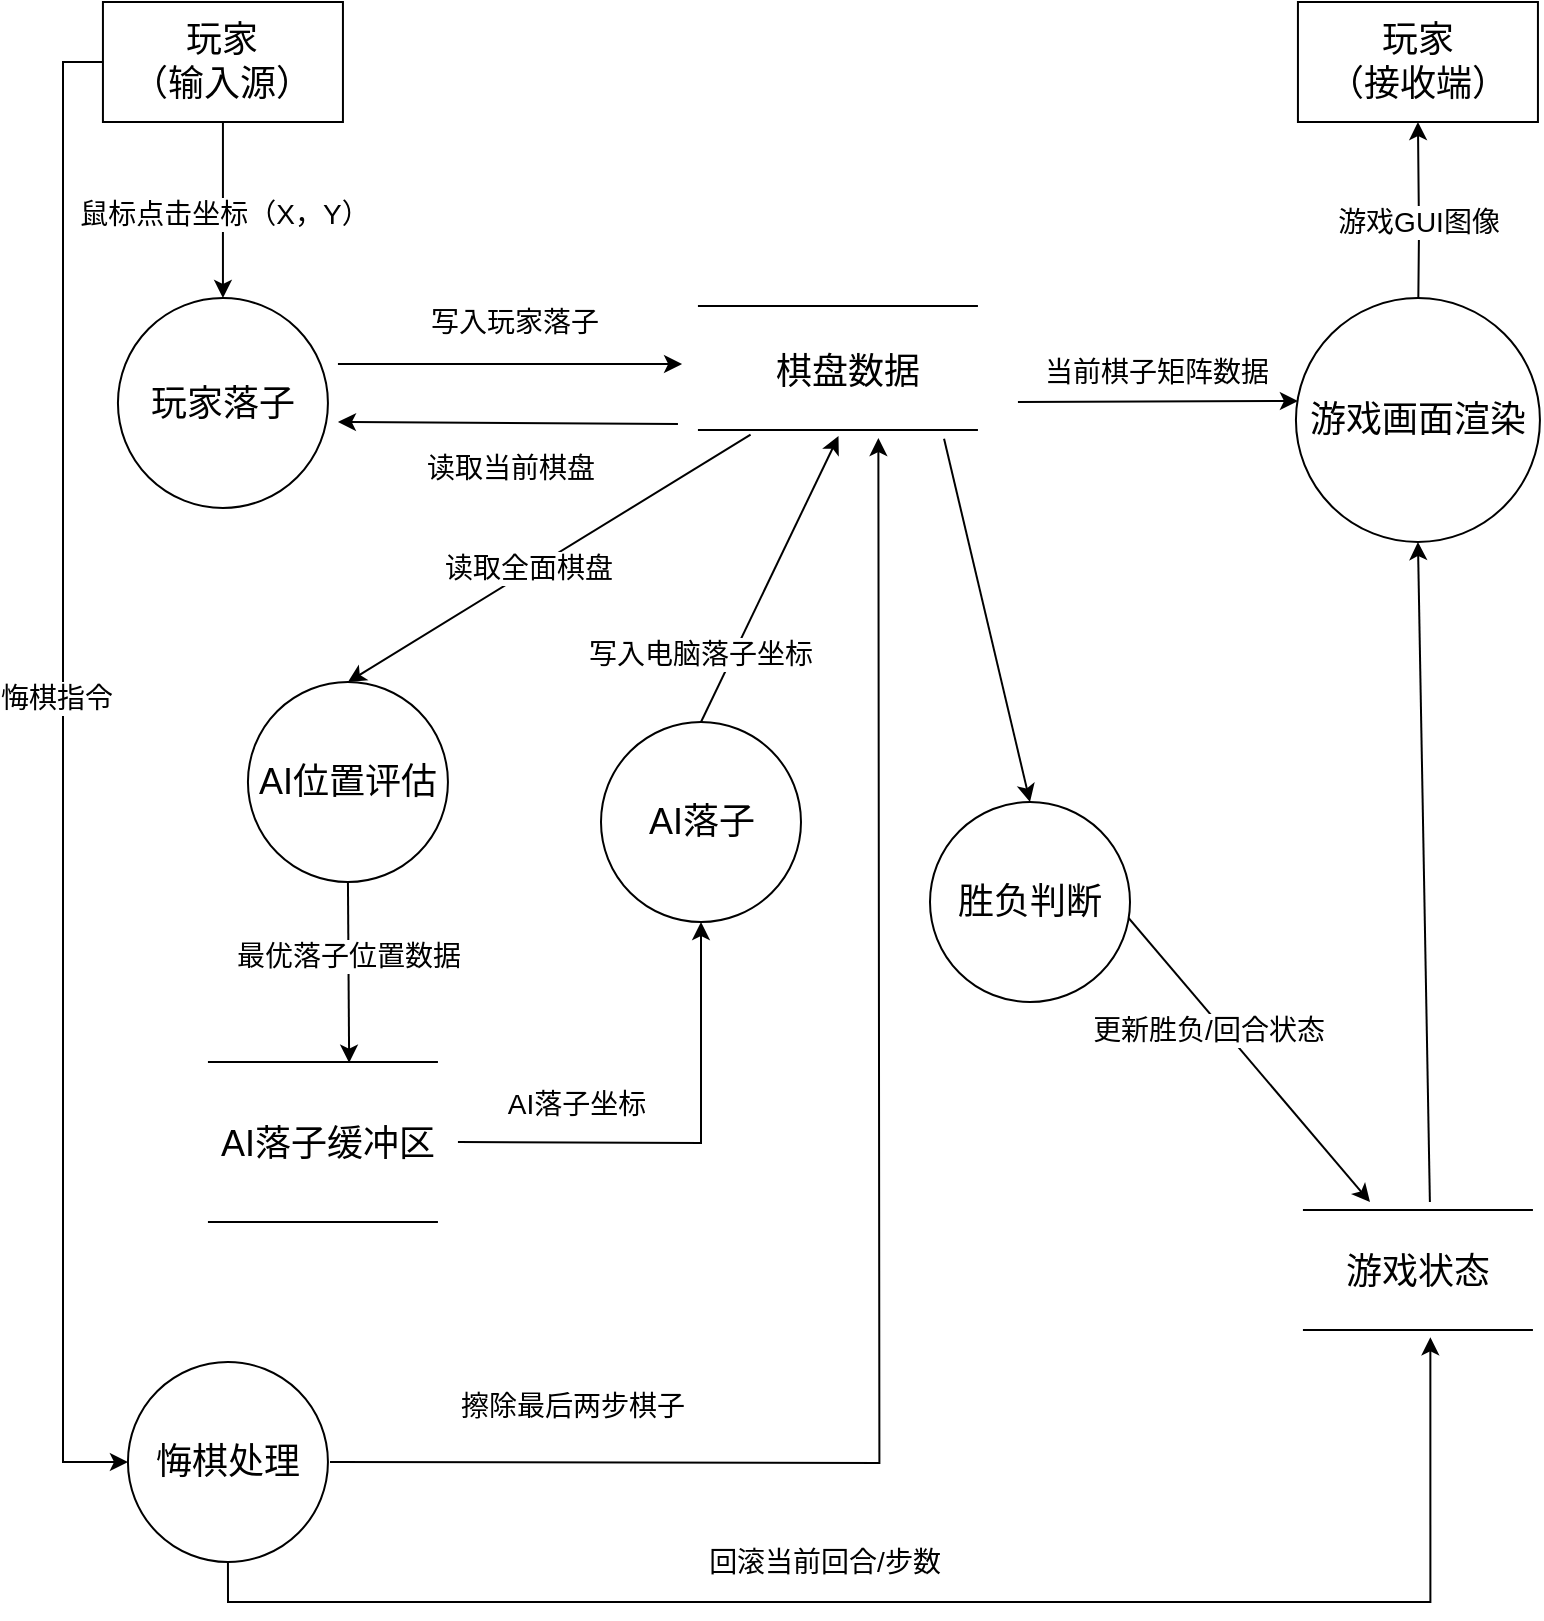
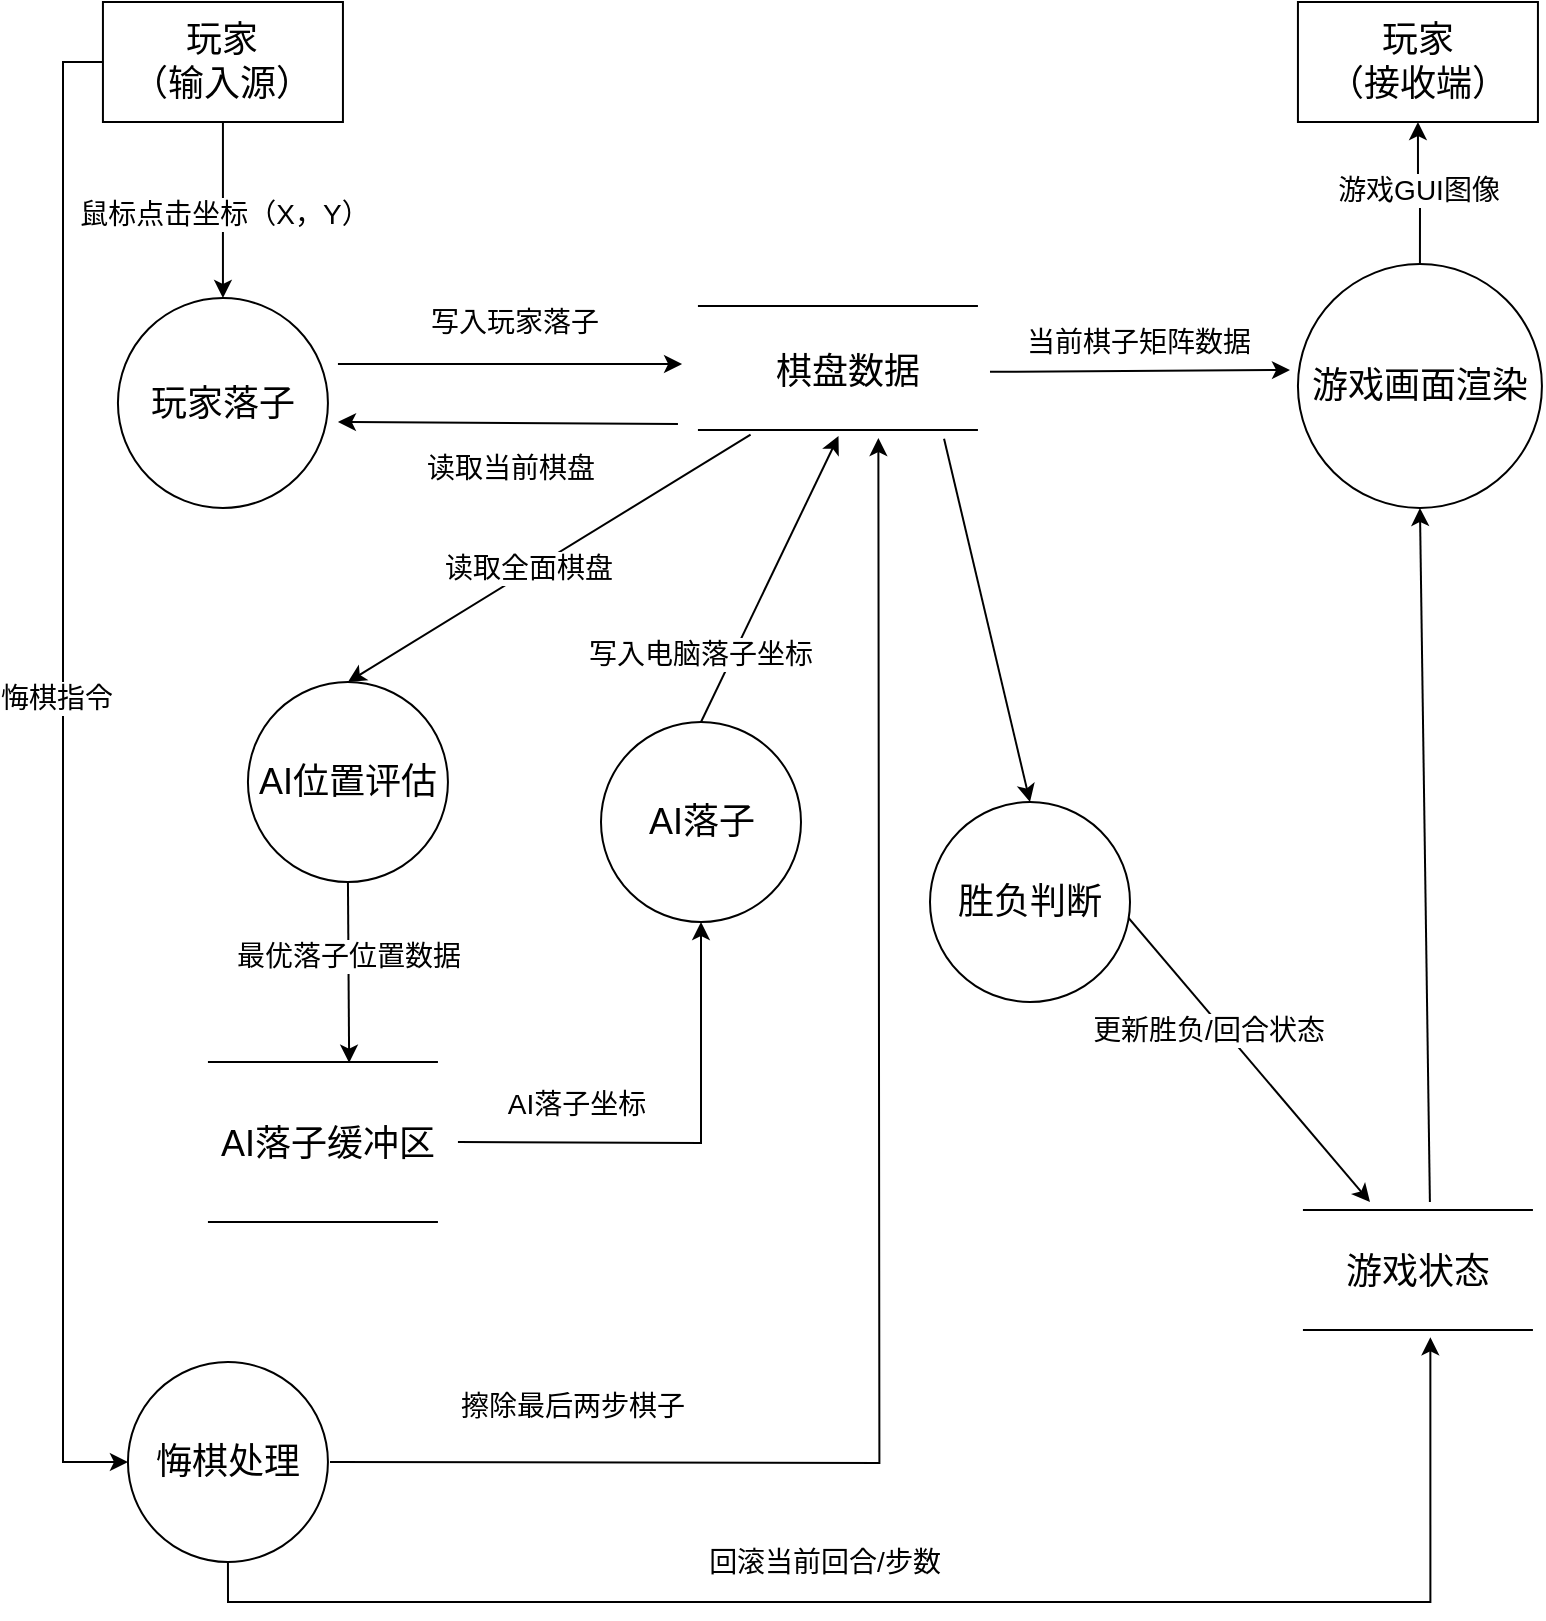
<mxfile host="app.diagrams.net">
  <diagram name="Page-1" id="hryGj0KzSXnJhMcqTr9-">
-     <mxGraphModel dx="1201" dy="825" grid="1" gridSize="10" guides="1" tooltips="1" connect="1" arrows="1" fold="1" page="1" pageScale="1" pageWidth="827" pageHeight="1169" math="0" shadow="0">
+     <mxGraphModel dx="1413" dy="971" grid="1" gridSize="10" guides="1" tooltips="1" connect="1" arrows="1" fold="1" page="1" pageScale="1" pageWidth="827" pageHeight="1169" math="0" shadow="0">
      <root>
        <mxCell id="0" />
        <mxCell id="1" parent="0" />
        <mxCell id="fDHwApNMCYBN-XmplwMt-11" edge="1" parent="1" source="fDHwApNMCYBN-XmplwMt-3" style="edgeStyle=orthogonalEdgeStyle;rounded=0;orthogonalLoop=1;jettySize=auto;html=1;exitX=0.5;exitY=1;exitDx=0;exitDy=0;entryX=0.5;entryY=0;entryDx=0;entryDy=0;" target="SoA14i47H3jGXmkj97EN-22">
          <mxGeometry relative="1" as="geometry">
            <mxPoint x="93.97" y="200" as="targetPoint" />
          </mxGeometry>
        </mxCell>
        <mxCell id="fDHwApNMCYBN-XmplwMt-12" connectable="0" parent="fDHwApNMCYBN-XmplwMt-11" style="edgeLabel;html=1;align=center;verticalAlign=middle;resizable=0;points=[];" value="&lt;font style=&quot;font-size: 14px;&quot;&gt;鼠标点击坐标（X，Y）&lt;/font&gt;" vertex="1">
          <mxGeometry relative="1" x="0.0364" as="geometry">
            <mxPoint as="offset" />
          </mxGeometry>
        </mxCell>
        <mxCell id="SoA14i47H3jGXmkj97EN-53" edge="1" parent="1" source="fDHwApNMCYBN-XmplwMt-3" style="edgeStyle=orthogonalEdgeStyle;rounded=0;orthogonalLoop=1;jettySize=auto;html=1;exitX=0;exitY=0.5;exitDx=0;exitDy=0;entryX=0;entryY=0.5;entryDx=0;entryDy=0;" target="SoA14i47H3jGXmkj97EN-41">
          <mxGeometry relative="1" as="geometry" />
        </mxCell>
        <mxCell id="SoA14i47H3jGXmkj97EN-54" connectable="0" parent="SoA14i47H3jGXmkj97EN-53" style="edgeLabel;html=1;align=center;verticalAlign=middle;resizable=0;points=[];" value="&lt;font style=&quot;font-size: 14px;&quot;&gt;悔棋指令&lt;/font&gt;" vertex="1">
          <mxGeometry relative="1" x="-0.1018" y="-4" as="geometry">
            <mxPoint as="offset" />
          </mxGeometry>
        </mxCell>
        <mxCell id="fDHwApNMCYBN-XmplwMt-3" parent="1" style="rounded=0;whiteSpace=wrap;html=1;" value="&lt;font style=&quot;font-size: 18px;&quot;&gt;玩家&lt;/font&gt;&lt;div&gt;&lt;font style=&quot;font-size: 18px;&quot;&gt;（输入源）&lt;/font&gt;&lt;/div&gt;" vertex="1">
          <mxGeometry height="60" width="120" x="66.47" y="30" as="geometry" />
        </mxCell>
-         <mxCell id="SoA14i47H3jGXmkj97EN-37" edge="1" parent="1" style="edgeStyle=orthogonalEdgeStyle;rounded=0;orthogonalLoop=1;jettySize=auto;html=1;exitX=0.5;exitY=0;exitDx=0;exitDy=0;entryX=0.5;entryY=1;entryDx=0;entryDy=0;" target="fDHwApNMCYBN-XmplwMt-10">
+         <mxCell id="SoA14i47H3jGXmkj97EN-37" edge="1" parent="1" source="SoA14i47H3jGXmkj97EN-64" style="edgeStyle=orthogonalEdgeStyle;rounded=0;orthogonalLoop=1;jettySize=auto;html=1;exitX=0.5;exitY=0;exitDx=0;exitDy=0;entryX=0.5;entryY=1;entryDx=0;entryDy=0;" target="fDHwApNMCYBN-XmplwMt-10">
          <mxGeometry relative="1" as="geometry">
            <mxPoint x="723.97" y="198" as="sourcePoint" />
          </mxGeometry>
        </mxCell>
        <mxCell id="SoA14i47H3jGXmkj97EN-38" connectable="0" parent="SoA14i47H3jGXmkj97EN-37" style="edgeLabel;html=1;align=center;verticalAlign=middle;resizable=0;points=[];" value="&lt;font style=&quot;font-size: 14px;&quot;&gt;游戏GUI图像&lt;/font&gt;" vertex="1">
          <mxGeometry relative="1" x="0.0741" as="geometry">
            <mxPoint as="offset" />
          </mxGeometry>
        </mxCell>
        <mxCell id="fDHwApNMCYBN-XmplwMt-10" parent="1" style="rounded=0;whiteSpace=wrap;html=1;" value="&lt;span style=&quot;font-size: 18px;&quot;&gt;玩家&lt;/span&gt;&lt;div&gt;&lt;span style=&quot;font-size: 18px;&quot;&gt;（接收端）&lt;/span&gt;&lt;/div&gt;" vertex="1">
          <mxGeometry height="60" width="120" x="663.97" y="30" as="geometry" />
        </mxCell>
        <mxCell id="SoA14i47H3jGXmkj97EN-10" edge="1" parent="1" style="endArrow=classic;html=1;rounded=0;entryX=0.013;entryY=0.14;entryDx=0;entryDy=0;entryPerimeter=0;" value="">
          <mxGeometry height="50" relative="1" width="50" as="geometry">
            <mxPoint x="183.97" y="211" as="sourcePoint" />
            <mxPoint x="356.037" y="211" as="targetPoint" />
          </mxGeometry>
        </mxCell>
        <mxCell id="SoA14i47H3jGXmkj97EN-11" connectable="0" parent="SoA14i47H3jGXmkj97EN-10" style="edgeLabel;html=1;align=center;verticalAlign=middle;resizable=0;points=[];" value="&lt;font style=&quot;font-size: 14px;&quot;&gt;写入玩家落子&lt;/font&gt;" vertex="1">
          <mxGeometry relative="1" x="0.0202" y="1" as="geometry">
            <mxPoint y="-20" as="offset" />
          </mxGeometry>
        </mxCell>
        <mxCell id="SoA14i47H3jGXmkj97EN-12" edge="1" parent="1" style="endArrow=classic;html=1;rounded=0;exitX=0.925;exitY=0;exitDx=0;exitDy=0;exitPerimeter=0;" value="">
          <mxGeometry height="50" relative="1" width="50" as="geometry">
            <mxPoint x="353.96999999999997" y="241" as="sourcePoint" />
            <mxPoint x="183.97" y="240" as="targetPoint" />
          </mxGeometry>
        </mxCell>
        <mxCell id="SoA14i47H3jGXmkj97EN-13" connectable="0" parent="SoA14i47H3jGXmkj97EN-12" style="edgeLabel;html=1;align=center;verticalAlign=middle;resizable=0;points=[];" value="&lt;font style=&quot;font-size: 14px;&quot;&gt;读取当前棋盘&lt;/font&gt;&lt;div&gt;&lt;font style=&quot;font-size: 14px;&quot;&gt;&lt;br&gt;&lt;/font&gt;&lt;/div&gt;" vertex="1">
          <mxGeometry relative="1" x="0.0202" y="1" as="geometry">
            <mxPoint x="2" y="29" as="offset" />
          </mxGeometry>
        </mxCell>
        <mxCell id="SoA14i47H3jGXmkj97EN-14" edge="1" parent="1" source="SoA14i47H3jGXmkj97EN-28" style="endArrow=classic;html=1;rounded=0;exitX=0.188;exitY=0.792;exitDx=0;exitDy=0;exitPerimeter=0;entryX=0.5;entryY=0;entryDx=0;entryDy=0;" target="SoA14i47H3jGXmkj97EN-23" value="">
          <mxGeometry height="50" relative="1" width="50" as="geometry">
            <mxPoint x="368.3400000000001" y="258.00399999999996" as="sourcePoint" />
            <mxPoint x="178.5" y="370" as="targetPoint" />
          </mxGeometry>
        </mxCell>
        <mxCell id="SoA14i47H3jGXmkj97EN-15" connectable="0" parent="SoA14i47H3jGXmkj97EN-14" style="edgeLabel;html=1;align=center;verticalAlign=middle;resizable=0;points=[];" value="&lt;font style=&quot;font-size: 14px;&quot;&gt;读取全面棋盘&lt;/font&gt;" vertex="1">
          <mxGeometry relative="1" x="-0.1782" as="geometry">
            <mxPoint x="-29" y="16" as="offset" />
          </mxGeometry>
        </mxCell>
-         <mxCell id="SoA14i47H3jGXmkj97EN-16" edge="1" parent="1" style="endArrow=classic;html=1;rounded=0;entryX=0.013;entryY=0.14;entryDx=0;entryDy=0;entryPerimeter=0;" value="">
-           <mxGeometry height="50" relative="1" width="50" as="geometry">
-             <mxPoint x="523.97" y="230" as="sourcePoint" />
-             <mxPoint x="663.9670000000001" y="229.5" as="targetPoint" />
+         <mxCell id="SoA14i47H3jGXmkj97EN-16" edge="1" parent="1" style="endArrow=classic;html=1;rounded=0;" value="">
+           <mxGeometry height="50" relative="1" width="50" as="geometry">
+             <mxPoint x="510" y="214.91" as="sourcePoint" />
+             <mxPoint x="660" y="214" as="targetPoint" />
          </mxGeometry>
        </mxCell>
        <mxCell id="SoA14i47H3jGXmkj97EN-17" connectable="0" parent="SoA14i47H3jGXmkj97EN-16" style="edgeLabel;html=1;align=center;verticalAlign=middle;resizable=0;points=[];" value="&lt;span style=&quot;font-size: 14px;&quot;&gt;当前棋子矩阵数据&lt;/span&gt;" vertex="1">
          <mxGeometry relative="1" x="0.0202" y="1" as="geometry">
            <mxPoint x="-3" y="-14" as="offset" />
          </mxGeometry>
        </mxCell>
        <mxCell id="SoA14i47H3jGXmkj97EN-22" parent="1" style="ellipse;whiteSpace=wrap;html=1;aspect=fixed;" value="&lt;font style=&quot;font-size: 18px;&quot;&gt;玩家落子&lt;/font&gt;" vertex="1">
          <mxGeometry height="105" width="105" x="73.97" y="178" as="geometry" />
        </mxCell>
        <mxCell id="SoA14i47H3jGXmkj97EN-23" parent="1" style="ellipse;whiteSpace=wrap;html=1;aspect=fixed;" value="&lt;font style=&quot;font-size: 18px;&quot;&gt;AI位置评估&lt;/font&gt;" vertex="1">
          <mxGeometry height="100" width="100" x="138.97" y="370" as="geometry" />
        </mxCell>
        <mxCell id="SoA14i47H3jGXmkj97EN-24" parent="1" style="ellipse;whiteSpace=wrap;html=1;aspect=fixed;" value="&lt;font style=&quot;font-size: 18px;&quot;&gt;AI落子&lt;/font&gt;" vertex="1">
          <mxGeometry height="100" width="100" x="315.5" y="390" as="geometry" />
        </mxCell>
        <mxCell id="SoA14i47H3jGXmkj97EN-60" edge="1" parent="1" source="SoA14i47H3jGXmkj97EN-25" style="rounded=0;orthogonalLoop=1;jettySize=auto;html=1;exitX=0.5;exitY=0;exitDx=0;exitDy=0;">
          <mxGeometry relative="1" as="geometry">
            <mxPoint x="700" y="630" as="targetPoint" />
          </mxGeometry>
        </mxCell>
        <mxCell id="SoA14i47H3jGXmkj97EN-61" connectable="0" parent="SoA14i47H3jGXmkj97EN-60" style="edgeLabel;html=1;align=center;verticalAlign=middle;resizable=0;points=[];" value="&lt;font style=&quot;font-size: 14px;&quot;&gt;更新胜负/回合状态&lt;/font&gt;" vertex="1">
          <mxGeometry relative="1" x="-0.1486" y="-2" as="geometry">
            <mxPoint x="18" y="27" as="offset" />
          </mxGeometry>
        </mxCell>
        <mxCell id="SoA14i47H3jGXmkj97EN-25" parent="1" style="ellipse;whiteSpace=wrap;html=1;aspect=fixed;" value="&lt;font style=&quot;font-size: 18px;&quot;&gt;胜负判断&lt;/font&gt;" vertex="1">
          <mxGeometry height="100" width="100" x="479.99999999999994" y="430" as="geometry" />
        </mxCell>
        <mxCell id="SoA14i47H3jGXmkj97EN-27" parent="1" style="line;strokeWidth=1;fillColor=none;align=left;verticalAlign=middle;spacingTop=-1;spacingLeft=3;spacingRight=3;rotatable=0;labelPosition=right;points=[];portConstraint=eastwest;strokeColor=inherit;" value="" vertex="1">
          <mxGeometry height="8" width="140" x="363.96999999999997" y="178" as="geometry" />
        </mxCell>
        <mxCell id="SoA14i47H3jGXmkj97EN-28" parent="1" style="line;strokeWidth=1;fillColor=none;align=left;verticalAlign=middle;spacingTop=-1;spacingLeft=3;spacingRight=3;rotatable=0;labelPosition=right;points=[];portConstraint=eastwest;strokeColor=inherit;" value="" vertex="1">
          <mxGeometry height="8" width="140" x="363.96999999999997" y="240" as="geometry" />
        </mxCell>
        <mxCell id="SoA14i47H3jGXmkj97EN-29" parent="1" style="text;html=1;whiteSpace=wrap;strokeColor=none;fillColor=none;align=center;verticalAlign=middle;rounded=0;" value="&lt;font style=&quot;font-size: 18px;&quot;&gt;棋盘数据&lt;/font&gt;" vertex="1">
          <mxGeometry height="30" width="110" x="383.96999999999997" y="200" as="geometry" />
        </mxCell>
        <mxCell id="SoA14i47H3jGXmkj97EN-33" edge="1" parent="1" style="rounded=0;orthogonalLoop=1;jettySize=auto;html=1;entryX=0.5;entryY=1;entryDx=0;entryDy=0;edgeStyle=orthogonalEdgeStyle;" target="SoA14i47H3jGXmkj97EN-24">
          <mxGeometry relative="1" as="geometry">
            <mxPoint x="243.97" y="600" as="sourcePoint" />
          </mxGeometry>
        </mxCell>
        <mxCell id="SoA14i47H3jGXmkj97EN-34" connectable="0" parent="SoA14i47H3jGXmkj97EN-33" style="edgeLabel;html=1;align=center;verticalAlign=middle;resizable=0;points=[];" value="&lt;font style=&quot;font-size: 14px;&quot;&gt;AI落子坐标&lt;/font&gt;" vertex="1">
          <mxGeometry relative="1" x="0.0204" y="5" as="geometry">
            <mxPoint x="-60" y="-15" as="offset" />
          </mxGeometry>
        </mxCell>
        <mxCell id="SoA14i47H3jGXmkj97EN-31" edge="1" parent="1" source="SoA14i47H3jGXmkj97EN-23" style="endArrow=classic;html=1;rounded=0;entryX=0.614;entryY=0.542;entryDx=0;entryDy=0;exitX=0.5;exitY=1;exitDx=0;exitDy=0;entryPerimeter=0;" target="SoA14i47H3jGXmkj97EN-42" value="">
          <mxGeometry height="50" relative="1" width="50" as="geometry">
            <mxPoint x="451.90299999999996" y="310" as="sourcePoint" />
            <mxPoint x="88.97" y="550" as="targetPoint" />
          </mxGeometry>
        </mxCell>
        <mxCell id="SoA14i47H3jGXmkj97EN-32" connectable="0" parent="SoA14i47H3jGXmkj97EN-31" style="edgeLabel;html=1;align=center;verticalAlign=middle;resizable=0;points=[];" value="&lt;span style=&quot;font-size: 14px;&quot;&gt;最优落子位置数据&lt;/span&gt;" vertex="1">
          <mxGeometry relative="1" x="-0.1782" as="geometry">
            <mxPoint as="offset" />
          </mxGeometry>
        </mxCell>
        <mxCell id="SoA14i47H3jGXmkj97EN-35" edge="1" parent="1" source="SoA14i47H3jGXmkj97EN-24" style="rounded=0;orthogonalLoop=1;jettySize=auto;html=1;exitX=0.5;exitY=0;exitDx=0;exitDy=0;entryX=0.502;entryY=0.875;entryDx=0;entryDy=0;entryPerimeter=0;" target="SoA14i47H3jGXmkj97EN-28">
          <mxGeometry relative="1" as="geometry" />
        </mxCell>
        <mxCell id="SoA14i47H3jGXmkj97EN-36" connectable="0" parent="SoA14i47H3jGXmkj97EN-35" style="edgeLabel;html=1;align=center;verticalAlign=middle;resizable=0;points=[];" value="&lt;span style=&quot;font-size: 14px;&quot;&gt;写入电脑落子坐标&lt;/span&gt;" vertex="1">
          <mxGeometry relative="1" x="-0.0044" y="1" as="geometry">
            <mxPoint x="-34" y="37" as="offset" />
          </mxGeometry>
        </mxCell>
        <mxCell id="SoA14i47H3jGXmkj97EN-55" edge="1" parent="1" style="edgeStyle=orthogonalEdgeStyle;rounded=0;orthogonalLoop=1;jettySize=auto;html=1;entryX=0.698;entryY=0.875;entryDx=0;entryDy=0;entryPerimeter=0;">
          <mxGeometry relative="1" as="geometry">
            <mxPoint x="180" y="760" as="sourcePoint" />
            <mxPoint x="454.19000000000005" y="248" as="targetPoint" />
          </mxGeometry>
        </mxCell>
        <mxCell id="SoA14i47H3jGXmkj97EN-57" connectable="0" parent="SoA14i47H3jGXmkj97EN-55" style="edgeLabel;html=1;align=center;verticalAlign=middle;resizable=0;points=[];" value="&lt;font style=&quot;font-size: 14px;&quot;&gt;擦除最后两步棋子&lt;/font&gt;" vertex="1">
          <mxGeometry relative="1" x="-0.6914" y="3" as="geometry">
            <mxPoint x="-1" y="-25" as="offset" />
          </mxGeometry>
        </mxCell>
        <mxCell id="SoA14i47H3jGXmkj97EN-41" parent="1" style="ellipse;whiteSpace=wrap;html=1;aspect=fixed;" value="&lt;font style=&quot;font-size: 18px;&quot;&gt;悔棋处理&lt;/font&gt;" vertex="1">
          <mxGeometry height="100" width="100" x="78.97" y="710" as="geometry" />
        </mxCell>
        <mxCell id="SoA14i47H3jGXmkj97EN-42" parent="1" style="line;strokeWidth=1;fillColor=none;align=left;verticalAlign=middle;spacingTop=-1;spacingLeft=3;spacingRight=3;rotatable=0;labelPosition=right;points=[];portConstraint=eastwest;strokeColor=inherit;" value="" vertex="1">
          <mxGeometry height="8" width="115" x="118.97" y="556" as="geometry" />
        </mxCell>
        <mxCell id="SoA14i47H3jGXmkj97EN-43" parent="1" style="line;strokeWidth=1;fillColor=none;align=left;verticalAlign=middle;spacingTop=-1;spacingLeft=3;spacingRight=3;rotatable=0;labelPosition=right;points=[];portConstraint=eastwest;strokeColor=inherit;" value="" vertex="1">
          <mxGeometry height="8" width="115" x="118.97" y="636" as="geometry" />
        </mxCell>
        <mxCell id="SoA14i47H3jGXmkj97EN-44" parent="1" style="text;html=1;whiteSpace=wrap;strokeColor=none;fillColor=none;align=center;verticalAlign=middle;rounded=0;" value="&lt;span style=&quot;font-size: 18px;&quot;&gt;AI落子缓冲区&lt;/span&gt;" vertex="1">
          <mxGeometry height="30" width="110" x="123.97" y="586" as="geometry" />
        </mxCell>
        <mxCell id="SoA14i47H3jGXmkj97EN-49" parent="1" style="line;strokeWidth=1;fillColor=none;align=left;verticalAlign=middle;spacingTop=-1;spacingLeft=3;spacingRight=3;rotatable=0;labelPosition=right;points=[];portConstraint=eastwest;strokeColor=inherit;" value="" vertex="1">
          <mxGeometry height="8" width="115" x="666.47" y="630" as="geometry" />
        </mxCell>
        <mxCell id="SoA14i47H3jGXmkj97EN-50" parent="1" style="line;strokeWidth=1;fillColor=none;align=left;verticalAlign=middle;spacingTop=-1;spacingLeft=3;spacingRight=3;rotatable=0;labelPosition=right;points=[];portConstraint=eastwest;strokeColor=inherit;" value="" vertex="1">
          <mxGeometry height="8" width="115" x="666.47" y="690" as="geometry" />
        </mxCell>
        <mxCell id="SoA14i47H3jGXmkj97EN-51" parent="1" style="text;html=1;whiteSpace=wrap;strokeColor=none;fillColor=none;align=center;verticalAlign=middle;rounded=0;" value="&lt;span style=&quot;font-size: 18px;&quot;&gt;游戏状态&lt;/span&gt;" vertex="1">
          <mxGeometry height="30" width="110" x="668.97" y="650" as="geometry" />
        </mxCell>
-         <mxCell id="SoA14i47H3jGXmkj97EN-64" parent="1" style="ellipse;whiteSpace=wrap;html=1;aspect=fixed;" value="&lt;font style=&quot;font-size: 18px;&quot;&gt;游戏画面渲染&lt;/font&gt;" vertex="1">
-           <mxGeometry height="122" width="122" x="662.97" y="178" as="geometry" />
-         </mxCell>
        <mxCell id="SoA14i47H3jGXmkj97EN-65" edge="1" parent="1" source="SoA14i47H3jGXmkj97EN-28" style="endArrow=classic;html=1;rounded=0;exitX=0.879;exitY=1.042;exitDx=0;exitDy=0;exitPerimeter=0;entryX=0.5;entryY=0;entryDx=0;entryDy=0;" target="SoA14i47H3jGXmkj97EN-25" value="">
          <mxGeometry height="50" relative="1" width="50" as="geometry">
            <mxPoint x="610" y="490" as="sourcePoint" />
            <mxPoint x="560" y="540" as="targetPoint" />
          </mxGeometry>
        </mxCell>
        <mxCell id="SoA14i47H3jGXmkj97EN-66" edge="1" parent="1" source="SoA14i47H3jGXmkj97EN-41" style="edgeStyle=orthogonalEdgeStyle;rounded=0;orthogonalLoop=1;jettySize=auto;html=1;exitX=0.5;exitY=1;exitDx=0;exitDy=0;entryX=0.554;entryY=0.958;entryDx=0;entryDy=0;entryPerimeter=0;" target="SoA14i47H3jGXmkj97EN-50">
          <mxGeometry relative="1" as="geometry" />
        </mxCell>
        <mxCell id="SoA14i47H3jGXmkj97EN-68" connectable="0" parent="SoA14i47H3jGXmkj97EN-66" style="edgeLabel;html=1;align=center;verticalAlign=middle;resizable=0;points=[];" value="&lt;font style=&quot;font-size: 14px;&quot;&gt;回滚当前回合/步数&lt;/font&gt;" vertex="1">
          <mxGeometry relative="1" x="-0.156" y="-3" as="geometry">
            <mxPoint y="-23" as="offset" />
          </mxGeometry>
        </mxCell>
        <mxCell id="SoA14i47H3jGXmkj97EN-67" edge="1" parent="1" source="SoA14i47H3jGXmkj97EN-49" style="endArrow=classic;html=1;rounded=0;exitX=0.552;exitY=0;exitDx=0;exitDy=0;exitPerimeter=0;entryX=0.5;entryY=1;entryDx=0;entryDy=0;" target="SoA14i47H3jGXmkj97EN-64" value="">
          <mxGeometry height="50" relative="1" width="50" as="geometry">
            <mxPoint x="662.97" y="450" as="sourcePoint" />
            <mxPoint x="712.97" y="400" as="targetPoint" />
          </mxGeometry>
+         </mxCell>
+         <mxCell id="SoA14i47H3jGXmkj97EN-64" parent="1" style="ellipse;whiteSpace=wrap;html=1;aspect=fixed;" value="&lt;font style=&quot;font-size: 18px;&quot;&gt;游戏画面渲染&lt;/font&gt;" vertex="1">
+           <mxGeometry height="122" width="122" x="663.97" y="161" as="geometry" />
        </mxCell>
      </root>
    </mxGraphModel>
  </diagram>
</mxfile>
